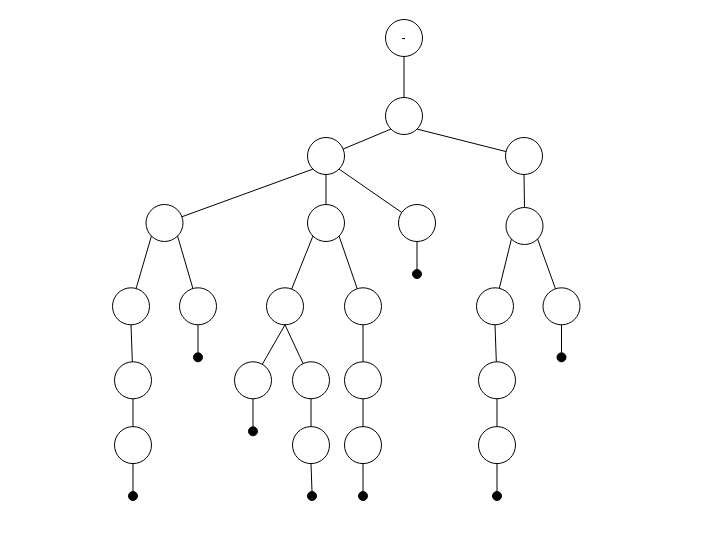
Before: DynamicTrie.drawio in LiLiJacky/graphData, a draw.io diagram. Source tidied: cells renumbered, new cells numbered last; positions are measured from the earlier drawing's top-left corner, leaving out a move shared by most shapes. Both pictures are drawn from the tidied source at 100%, with x=0, y=0 at pixel (112, 19).
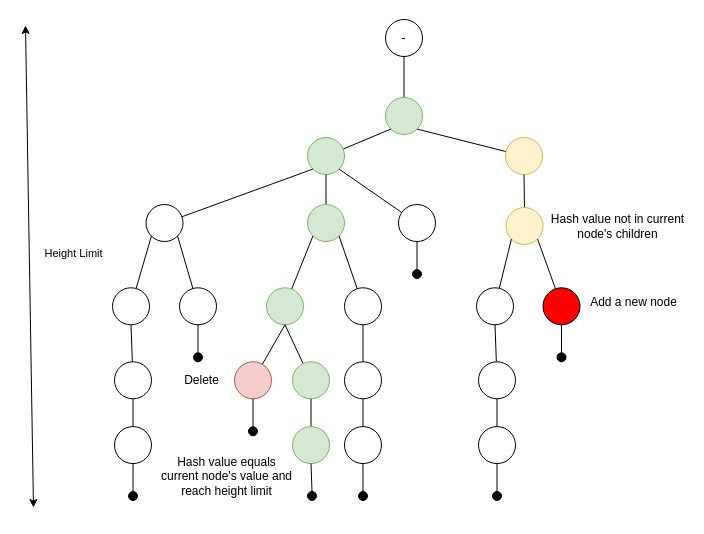
The same diagram, later.

Change to the diagram source:
```diff
@@
-    <mxCell id="4" style="ellipse;whiteSpace=wrap;html=1;" parent="1" vertex="1">
+    <mxCell id="4" style="ellipse;whiteSpace=wrap;html=1;fillColor=#d5e8d4;strokeColor=#82b366;" parent="1" vertex="1">
       <mxGeometry x="273" y="78" width="37" height="37" as="geometry" />
     </mxCell>
@@
-    <mxCell id="6" style="ellipse;whiteSpace=wrap;html=1;" parent="1" vertex="1">
+    <mxCell id="6" style="ellipse;whiteSpace=wrap;html=1;fillColor=#d5e8d4;strokeColor=#82b366;" parent="1" vertex="1">
       <mxGeometry x="195" y="118" width="37" height="37" as="geometry" />
     </mxCell>
@@
-    <mxCell id="8" style="ellipse;whiteSpace=wrap;html=1;" parent="1" vertex="1">
+    <mxCell id="8" style="ellipse;whiteSpace=wrap;html=1;fillColor=#fff2cc;strokeColor=#d6b656;" parent="1" vertex="1">
       <mxGeometry x="393" y="118" width="37" height="37" as="geometry" />
     </mxCell>
@@
-    <mxCell id="12" style="ellipse;whiteSpace=wrap;html=1;" parent="1" vertex="1">
+    <mxCell id="12" style="ellipse;whiteSpace=wrap;html=1;fillColor=#d5e8d4;strokeColor=#82b366;" parent="1" vertex="1">
       <mxGeometry x="195" y="185" width="37" height="37" as="geometry" />
     </mxCell>
@@
-    <mxCell id="16" style="ellipse;whiteSpace=wrap;html=1;" parent="1" vertex="1">
+    <mxCell id="16" style="ellipse;whiteSpace=wrap;html=1;fillColor=#fff2cc;strokeColor=#d6b656;" parent="1" vertex="1">
       <mxGeometry x="393.5" y="188" width="37" height="37" as="geometry" />
     </mxCell>
@@
-    <mxCell id="26" style="ellipse;whiteSpace=wrap;html=1;" parent="1" vertex="1">
+    <mxCell id="26" style="ellipse;whiteSpace=wrap;html=1;fillColor=#d5e8d4;strokeColor=#82b366;" parent="1" vertex="1">
       <mxGeometry x="154" y="268.3" width="37" height="37" as="geometry" />
     </mxCell>
@@
-    <mxCell id="30" style="ellipse;whiteSpace=wrap;html=1;" parent="1" vertex="1">
+    <mxCell id="30" style="ellipse;whiteSpace=wrap;html=1;fillColor=#f8cecc;strokeColor=#b85450;" parent="1" vertex="1">
       <mxGeometry x="122" y="342.3" width="37" height="37" as="geometry" />
     </mxCell>
@@
-    <mxCell id="32" style="ellipse;whiteSpace=wrap;html=1;" parent="1" vertex="1">
+    <mxCell id="32" style="ellipse;whiteSpace=wrap;html=1;fillColor=#d5e8d4;strokeColor=#82b366;" parent="1" vertex="1">
       <mxGeometry x="180" y="342.3" width="37" height="37" as="geometry" />
     </mxCell>
@@
-    <mxCell id="34" style="ellipse;whiteSpace=wrap;html=1;" parent="1" vertex="1">
+    <mxCell id="34" style="ellipse;whiteSpace=wrap;html=1;fillColor=#d5e8d4;strokeColor=#82b366;" parent="1" vertex="1">
       <mxGeometry x="180" y="407.1" width="37" height="37" as="geometry" />
     </mxCell>
@@
-    <mxCell id="46" style="ellipse;whiteSpace=wrap;html=1;" parent="1" vertex="1">
+    <mxCell id="46" style="ellipse;whiteSpace=wrap;html=1;fillColor=#fa0000;" parent="1" vertex="1">
       <mxGeometry x="430.5" y="268.3" width="37" height="37" as="geometry" />
     </mxCell>
@@
+    <mxCell id="63" style="endArrow=classic;startArrow=classic;html=1;rounded=0;" parent="1" edge="1">
+      <mxGeometry relative="1" as="geometry">
+        <mxPoint x="-79" y="488" as="sourcePoint" />
+        <mxPoint x="-87" y="6" as="targetPoint" />
+      </mxGeometry>
+    </mxCell>
+    <mxCell id="64" value="Height Limit" style="edgeLabel;html=1;align=center;verticalAlign=middle;" parent="63" vertex="1">
+      <mxGeometry x="-0.39" y="-2" relative="1" as="geometry">
+        <mxPoint x="40" y="-107" as="offset" />
+      </mxGeometry>
+    </mxCell>
+    <mxCell id="65" value="Hash value not in current node's children" style="text;html=1;strokeColor=none;fillColor=none;align=center;verticalAlign=middle;whiteSpace=wrap;rounded=0;" parent="1" vertex="1">
+      <mxGeometry x="437" y="192" width="137" height="30" as="geometry" />
+    </mxCell>
+    <mxCell id="66" value="Hash value equals current node's value and reach height limit" style="text;html=1;strokeColor=none;fillColor=none;align=center;verticalAlign=middle;whiteSpace=wrap;rounded=0;" parent="1" vertex="1">
+      <mxGeometry x="46" y="442" width="137" height="30" as="geometry" />
+    </mxCell>
+    <mxCell id="67" value="Add a new node" style="text;html=1;strokeColor=none;fillColor=none;align=center;verticalAlign=middle;whiteSpace=wrap;rounded=0;" parent="1" vertex="1">
+      <mxGeometry x="472" y="268.3" width="99" height="30" as="geometry" />
+    </mxCell>
+    <mxCell id="68" value="Delete" style="text;html=1;strokeColor=none;fillColor=none;align=center;verticalAlign=middle;whiteSpace=wrap;rounded=0;" parent="1" vertex="1">
+      <mxGeometry x="62" y="358.3" width="54.5" height="5" as="geometry" />
+    </mxCell>
```
